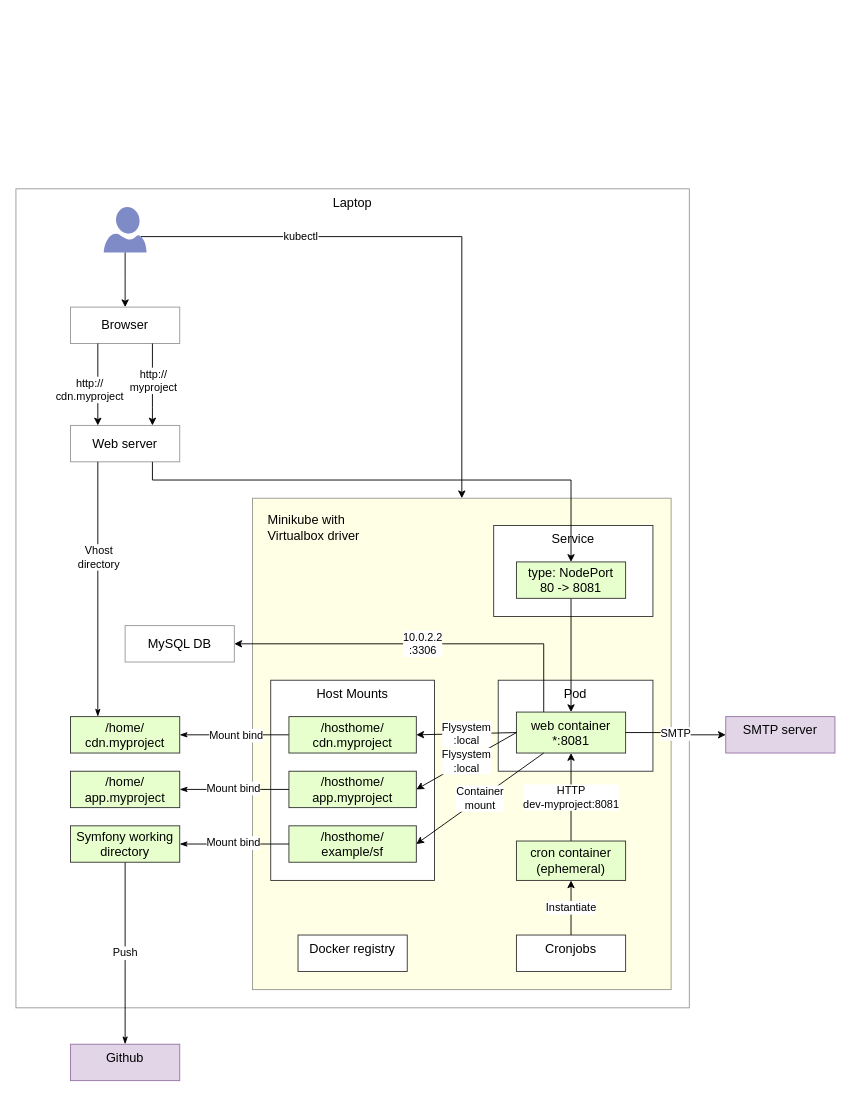
ericjacolin/symfony-gke keeps this draw.io diagram as page "local" (1 of 2) of docs/architecture.drawio. Above is the earlier version. Source tidied: cells renumbered, new cells numbered last; positions are measured from the earlier drawing's top-left corner, leaving out a move shared by most shapes. Both pictures are drawn from the tidied source at 91%, with x=0, y=0 at pixel (15, 188).
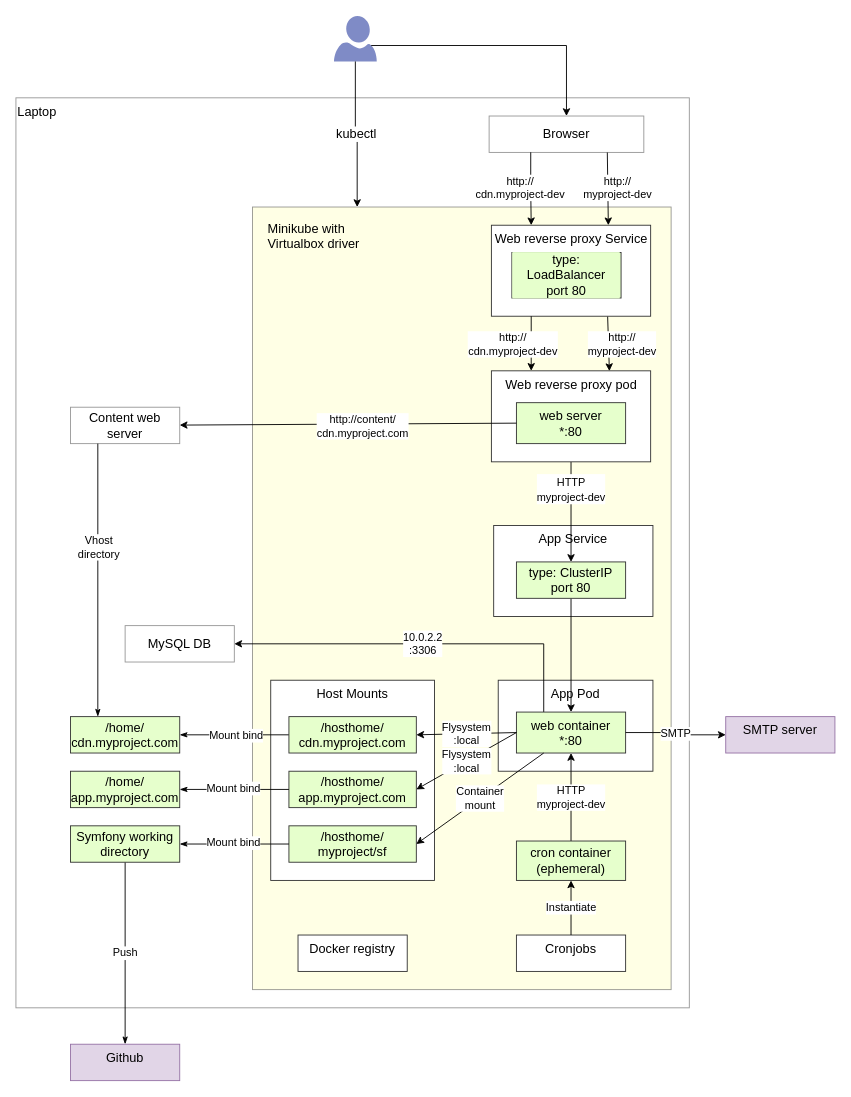
The same page after the edit.

Unchanged cells that the change refers to:
```xml
<mxCell id="16" value="cron container&lt;br&gt;(ephemeral)" style="rounded=0;whiteSpace=wrap;html=1;strokeColor=#333333;strokeWidth=1;fillColor=#E6FFCC;fontSize=14;labelBackgroundColor=#E6FFCC;" parent="1" vertex="1">
  <mxGeometry x="550" y="716.7" width="120" height="43.3" as="geometry" />
</mxCell>
```

The edit, as a diff of the source:
```diff
@@
-    <mxCell id="2" value="Laptop" style="rounded=0;whiteSpace=wrap;html=1;strokeColor=#333333;fillColor=#ffffff;strokeWidth=1;verticalAlign=top;fontSize=14;opacity=50;" parent="1" vertex="1">
-      <mxGeometry width="740" height="900" as="geometry" />
+    <mxCell id="2" value="Laptop" style="rounded=0;whiteSpace=wrap;html=1;strokeColor=#333333;fillColor=#ffffff;strokeWidth=1;verticalAlign=top;fontSize=14;opacity=50;align=left;" parent="1" vertex="1">
+      <mxGeometry y="-100" width="740" height="1000" as="geometry" />
     </mxCell>
     <mxCell id="3" value="Minikube with&lt;br&gt;Virtualbox driver" style="rounded=0;whiteSpace=wrap;html=1;strokeColor=#333333;strokeWidth=1;fillColor=#FFFFCC;fontSize=14;verticalAlign=top;opacity=50;align=left;spacingLeft=15;spacingTop=9;" parent="1" vertex="1">
-      <mxGeometry x="260" y="340" width="460" height="540" as="geometry" />
+      <mxGeometry x="260" y="20" width="460" height="860" as="geometry" />
     </mxCell>
@@
-    <mxCell id="9" value="Service" style="rounded=0;whiteSpace=wrap;html=1;strokeColor=#333333;strokeWidth=1;fillColor=#ffffff;fontSize=14;verticalAlign=top;" parent="1" vertex="1">
+    <mxCell id="9" value="App Service" style="rounded=0;whiteSpace=wrap;html=1;strokeColor=#333333;strokeWidth=1;fillColor=#ffffff;fontSize=14;verticalAlign=top;" parent="1" vertex="1">
       <mxGeometry x="525" y="370" width="175" height="100" as="geometry" />
     </mxCell>
-    <mxCell id="10" value="Pod" style="rounded=0;whiteSpace=wrap;html=1;strokeColor=#333333;strokeWidth=1;fillColor=#ffffff;fontSize=14;verticalAlign=top;" parent="1" vertex="1">
+    <mxCell id="10" value="App Pod" style="rounded=0;whiteSpace=wrap;html=1;strokeColor=#333333;strokeWidth=1;fillColor=#ffffff;fontSize=14;verticalAlign=top;" parent="1" vertex="1">
       <mxGeometry x="530" y="540" width="170" height="100" as="geometry" />
     </mxCell>
@@
-    <mxCell id="13" value="type: NodePort&lt;br&gt;80 -&amp;gt; 8081" style="rounded=0;whiteSpace=wrap;html=1;strokeColor=#333333;strokeWidth=1;fillColor=#E6FFCC;fontSize=14;labelBackgroundColor=#E6FFCC;" parent="1" vertex="1">
+    <mxCell id="13" value="type: ClusterIP&lt;br&gt;port 80" style="rounded=0;whiteSpace=wrap;html=1;strokeColor=#333333;strokeWidth=1;fillColor=#E6FFCC;fontSize=14;labelBackgroundColor=#E6FFCC;" parent="1" vertex="1">
       <mxGeometry x="550" y="410" width="120" height="40" as="geometry" />
     </mxCell>
-    <mxCell id="14" value="web container&lt;br&gt;*:8081" style="rounded=0;whiteSpace=wrap;html=1;strokeColor=#333333;strokeWidth=1;fillColor=#E6FFCC;fontSize=14;labelBackgroundColor=#E6FFCC;" parent="1" vertex="1">
+    <mxCell id="14" value="web container&lt;br&gt;*:80" style="rounded=0;whiteSpace=wrap;html=1;strokeColor=#333333;strokeWidth=1;fillColor=#E6FFCC;fontSize=14;labelBackgroundColor=#E6FFCC;" parent="1" vertex="1">
       <mxGeometry x="550" y="575" width="120" height="45" as="geometry" />
     </mxCell>
-    <mxCell id="15" value="HTTP&lt;br style=&quot;font-size: 12px&quot;&gt;dev-myproject:8081" style="rounded=0;jettySize=auto;html=1;fontSize=12;exitX=0.5;exitY=0;exitDx=0;exitDy=0;" parent="1" edge="1" source="16" target="14">
+    <mxCell id="15" value="HTTP&lt;br style=&quot;font-size: 12px&quot;&gt;myproject-dev" style="rounded=0;jettySize=auto;html=1;fontSize=12;exitX=0.5;exitY=0;exitDx=0;exitDy=0;" parent="1" edge="1" source="16" target="14">
       <mxGeometry relative="1" as="geometry" />
     </mxCell>
@@
-    <mxCell id="17" style="edgeStyle=orthogonalEdgeStyle;rounded=0;jettySize=auto;html=1;exitX=0.75;exitY=1;exitDx=0;exitDy=0;entryX=0.5;entryY=0;entryDx=0;entryDy=0;fontSize=14;" parent="1" edge="1" source="30" target="13">
-      <mxGeometry relative="1" as="geometry">
-        <Array as="points">
-          <mxPoint x="150" y="320" />
-          <mxPoint x="610" y="320" />
-        </Array>
-      </mxGeometry>
+    <mxCell id="17" value="&lt;span style=&quot;color: rgb(0 , 0 , 0) ; font-family: &amp;#34;helvetica&amp;#34; ; font-size: 12px ; font-style: normal ; font-weight: 400 ; letter-spacing: normal ; text-align: center ; text-indent: 0px ; text-transform: none ; word-spacing: 0px ; background-color: rgb(255 , 255 , 255) ; display: inline ; float: none&quot;&gt;HTTP&lt;/span&gt;&lt;br style=&quot;color: rgb(0 , 0 , 0) ; font-family: &amp;#34;helvetica&amp;#34; ; font-size: 12px ; font-style: normal ; font-weight: 400 ; letter-spacing: normal ; text-align: center ; text-indent: 0px ; text-transform: none ; word-spacing: 0px&quot;&gt;&lt;span style=&quot;color: rgb(0 , 0 , 0) ; font-family: &amp;#34;helvetica&amp;#34; ; font-size: 12px ; font-style: normal ; font-weight: 400 ; letter-spacing: normal ; text-align: center ; text-indent: 0px ; text-transform: none ; word-spacing: 0px ; background-color: rgb(255 , 255 , 255) ; display: inline ; float: none&quot;&gt;myproject-dev&lt;/span&gt;" style="edgeStyle=orthogonalEdgeStyle;rounded=0;jettySize=auto;html=1;entryX=0.5;entryY=0;entryDx=0;entryDy=0;fontSize=14;exitX=0.5;exitY=1;exitDx=0;exitDy=0;" parent="1" edge="1" source="52" target="13">
+      <mxGeometry x="-0.45" relative="1" as="geometry" />
     </mxCell>
     <mxCell id="18" value="Browser" style="rounded=0;whiteSpace=wrap;html=1;labelBackgroundColor=#FFFFFF;strokeColor=#333333;strokeWidth=1;fillColor=#FFFFFF;fontSize=14;opacity=50;" parent="1" vertex="1">
-      <mxGeometry x="60" y="130" width="120" height="40" as="geometry" />
+      <mxGeometry x="520" y="-80" width="170" height="40" as="geometry" />
     </mxCell>
@@
-    <mxCell id="22" value="/home/&lt;br&gt;cdn.myproject" style="rounded=0;whiteSpace=wrap;html=1;strokeColor=#333333;strokeWidth=1;fillColor=#E6FFCC;fontSize=14;labelBackgroundColor=#E6FFCC;" parent="1" vertex="1">
+    <mxCell id="22" value="/home/&lt;br&gt;cdn.myproject.com" style="rounded=0;whiteSpace=wrap;html=1;strokeColor=#333333;strokeWidth=1;fillColor=#E6FFCC;fontSize=14;labelBackgroundColor=#E6FFCC;" parent="1" vertex="1">
       <mxGeometry x="60" y="580" width="120" height="40" as="geometry" />
     </mxCell>
-    <mxCell id="23" value="/home/&lt;br&gt;app.myproject" style="rounded=0;whiteSpace=wrap;html=1;strokeColor=#333333;strokeWidth=1;fillColor=#E6FFCC;fontSize=14;labelBackgroundColor=#E6FFCC;" parent="1" vertex="1">
+    <mxCell id="23" value="/home/&lt;br&gt;app.myproject.com" style="rounded=0;whiteSpace=wrap;html=1;strokeColor=#333333;strokeWidth=1;fillColor=#E6FFCC;fontSize=14;labelBackgroundColor=#E6FFCC;" parent="1" vertex="1">
       <mxGeometry x="60" y="640" width="120" height="40" as="geometry" />
     </mxCell>
-    <mxCell id="24" value="/hosthome/&lt;br&gt;app.myproject" style="rounded=0;whiteSpace=wrap;html=1;strokeColor=#333333;strokeWidth=1;fillColor=#E6FFCC;fontSize=14;labelBackgroundColor=#E6FFCC;" parent="1" vertex="1">
+    <mxCell id="24" value="/hosthome/&lt;br&gt;app.myproject.com" style="rounded=0;whiteSpace=wrap;html=1;strokeColor=#333333;strokeWidth=1;fillColor=#E6FFCC;fontSize=14;labelBackgroundColor=#E6FFCC;" parent="1" vertex="1">
       <mxGeometry x="300" y="640" width="140" height="40" as="geometry" />
     </mxCell>
@@
-    <mxCell id="27" value="/hosthome/&lt;br&gt;cdn.myproject" style="rounded=0;whiteSpace=wrap;html=1;strokeColor=#333333;strokeWidth=1;fillColor=#E6FFCC;fontSize=14;labelBackgroundColor=#E6FFCC;" parent="1" vertex="1">
+    <mxCell id="27" value="/hosthome/&lt;br&gt;cdn.myproject.com" style="rounded=0;whiteSpace=wrap;html=1;strokeColor=#333333;strokeWidth=1;fillColor=#E6FFCC;fontSize=14;labelBackgroundColor=#E6FFCC;" parent="1" vertex="1">
       <mxGeometry x="300" y="580" width="140" height="40" as="geometry" />
     </mxCell>
@@
-    <mxCell id="30" value="Web server" style="rounded=0;whiteSpace=wrap;html=1;labelBackgroundColor=#FFFFFF;strokeColor=#333333;strokeWidth=1;fillColor=#FFFFFF;fontSize=14;opacity=50;" parent="1" vertex="1">
-      <mxGeometry x="60" y="260" width="120" height="40" as="geometry" />
+    <mxCell id="30" value="Content web server" style="rounded=0;whiteSpace=wrap;html=1;labelBackgroundColor=#FFFFFF;strokeColor=#333333;strokeWidth=1;fillColor=#FFFFFF;fontSize=14;opacity=50;" parent="1" vertex="1">
+      <mxGeometry x="60" y="240" width="120" height="40" as="geometry" />
     </mxCell>
-    <mxCell id="31" style="edgeStyle=orthogonalEdgeStyle;rounded=0;jettySize=auto;html=1;exitX=0.25;exitY=1;exitDx=0;exitDy=0;fontSize=14;entryX=0.25;entryY=0;entryDx=0;entryDy=0;" parent="1" edge="1" source="18" target="30">
+    <mxCell id="31" style="edgeStyle=orthogonalEdgeStyle;rounded=0;jettySize=auto;html=1;exitX=0.269;exitY=0.996;exitDx=0;exitDy=0;fontSize=14;entryX=0.25;entryY=0;entryDx=0;entryDy=0;exitPerimeter=0;" parent="1" edge="1" source="18" target="54">
       <mxGeometry relative="1" as="geometry" />
     </mxCell>
-    <mxCell id="32" value="http://&lt;br style=&quot;font-size: 12px&quot;&gt;cdn.myproject" style="text;html=1;align=center;verticalAlign=middle;labelBackgroundColor=#ffffff;fontSize=12;" parent="31" vertex="1">
+    <mxCell id="32" value="http://&lt;br style=&quot;font-size: 12px&quot;&gt;cdn.myproject-dev" style="text;html=1;align=center;verticalAlign=middle;labelBackgroundColor=#ffffff;fontSize=12;" parent="31" vertex="1">
       <mxGeometry x="-0.7" relative="1" as="geometry">
-        <mxPoint x="-10" y="36" as="offset" />
+        <mxPoint x="-12.5" y="27" as="offset" />
       </mxGeometry>
     </mxCell>
@@
-    <mxCell id="38" value="/hosthome/&lt;br&gt;example/sf" style="rounded=0;whiteSpace=wrap;html=1;strokeColor=#333333;strokeWidth=1;fillColor=#E6FFCC;fontSize=14;labelBackgroundColor=#E6FFCC;" parent="1" vertex="1">
+    <mxCell id="38" value="/hosthome/&lt;br&gt;myproject/sf" style="rounded=0;whiteSpace=wrap;html=1;strokeColor=#333333;strokeWidth=1;fillColor=#E6FFCC;fontSize=14;labelBackgroundColor=#E6FFCC;" parent="1" vertex="1">
       <mxGeometry x="300" y="700" width="140" height="40" as="geometry" />
     </mxCell>
@@
     <mxCell id="44" style="shadow=0;dashed=0;html=1;strokeColor=none;labelPosition=center;verticalLabelPosition=bottom;verticalAlign=top;align=center;fillColor=#00188D;shape=mxgraph.azure.user;fontSize=12;opacity=50;" parent="1" vertex="1">
-      <mxGeometry x="96.5" y="20" width="47" height="50" as="geometry" />
+      <mxGeometry x="349.5" y="-190" width="47" height="50" as="geometry" />
     </mxCell>
-    <mxCell id="45" style="edgeStyle=orthogonalEdgeStyle;rounded=0;jettySize=auto;html=1;fontSize=14;exitX=0.5;exitY=1;exitDx=0;exitDy=0;exitPerimeter=0;" parent="1" edge="1" source="44">
-      <mxGeometry relative="1" as="geometry">
-        <mxPoint x="120" y="130" as="targetPoint" />
-      </mxGeometry>
+    <mxCell id="45" value="kubectl" style="edgeStyle=orthogonalEdgeStyle;rounded=0;jettySize=auto;html=1;fontSize=14;exitX=0.5;exitY=1;exitDx=0;exitDy=0;exitPerimeter=0;entryX=0.25;entryY=0;entryDx=0;entryDy=0;" parent="1" edge="1" source="44" target="3">
+      <mxGeometry relative="1" as="geometry" />
     </mxCell>
@@
-    <mxCell id="48" style="edgeStyle=orthogonalEdgeStyle;rounded=0;jettySize=auto;html=1;exitX=0.75;exitY=1;exitDx=0;exitDy=0;fontSize=14;entryX=0.75;entryY=0;entryDx=0;entryDy=0;" parent="1" edge="1" source="18" target="30">
+    <mxCell id="48" style="rounded=0;jettySize=auto;html=1;fontSize=14;exitX=0.764;exitY=1.002;exitDx=0;exitDy=0;exitPerimeter=0;" parent="1" edge="1" source="18">
       <mxGeometry relative="1" as="geometry">
-        <Array as="points">
-          <mxPoint x="150" y="240" />
-          <mxPoint x="150" y="240" />
-        </Array>
+        <mxPoint x="651" y="40" as="targetPoint" />
       </mxGeometry>
     </mxCell>
-    <mxCell id="49" value="http://&lt;br style=&quot;font-size: 12px&quot;&gt;myproject" style="text;html=1;align=center;verticalAlign=middle;labelBackgroundColor=#ffffff;fontSize=12;" parent="48" vertex="1">
+    <mxCell id="49" value="http://&lt;br style=&quot;font-size: 12px&quot;&gt;myproject-dev" style="text;html=1;align=center;verticalAlign=middle;labelBackgroundColor=#ffffff;fontSize=12;" parent="48" vertex="1">
       <mxGeometry x="-0.7" relative="1" as="geometry">
-        <mxPoint y="26" as="offset" />
+        <mxPoint x="10.6" y="26" as="offset" />
       </mxGeometry>
     </mxCell>
-    <mxCell id="50" value="kubectl" style="edgeStyle=orthogonalEdgeStyle;rounded=0;jettySize=auto;html=1;fontSize=12;entryX=0.5;entryY=0;entryDx=0;entryDy=0;exitX=0.87;exitY=0.65;exitDx=0;exitDy=0;exitPerimeter=0;" parent="1" edge="1" source="44" target="3">
-      <mxGeometry x="-0.45" relative="1" as="geometry">
-        <Array as="points">
-          <mxPoint x="490" y="53" />
-        </Array>
-      </mxGeometry>
+    <mxCell id="50" style="edgeStyle=orthogonalEdgeStyle;rounded=0;jettySize=auto;html=1;fontSize=12;entryX=0.5;entryY=0;entryDx=0;entryDy=0;exitX=0.87;exitY=0.65;exitDx=0;exitDy=0;exitPerimeter=0;" parent="1" edge="1" source="44" target="18">
+      <mxGeometry x="-0.45" relative="1" as="geometry" />
     </mxCell>
@@
+    <mxCell id="52" value="Web reverse proxy pod" style="rounded=0;whiteSpace=wrap;html=1;strokeColor=#333333;strokeWidth=1;fillColor=#ffffff;fontSize=14;verticalAlign=top;" parent="1" vertex="1">
+      <mxGeometry x="522.5" y="200" width="175" height="100" as="geometry" />
+    </mxCell>
+    <mxCell id="53" value="web server&lt;br&gt;*:80" style="rounded=0;whiteSpace=wrap;html=1;strokeColor=#333333;strokeWidth=1;fillColor=#E6FFCC;fontSize=14;labelBackgroundColor=#E6FFCC;" parent="1" vertex="1">
+      <mxGeometry x="550" y="235" width="120" height="45" as="geometry" />
+    </mxCell>
+    <mxCell id="54" value="Web reverse proxy Service" style="rounded=0;whiteSpace=wrap;html=1;strokeColor=#333333;strokeWidth=1;fillColor=#ffffff;fontSize=14;verticalAlign=top;" parent="1" vertex="1">
+      <mxGeometry x="522.5" y="40" width="175" height="100" as="geometry" />
+    </mxCell>
+    <mxCell id="55" value="type: LoadBalancer&lt;br&gt;port 80" style="rounded=0;whiteSpace=wrap;html=1;strokeColor=#333333;strokeWidth=1;fillColor=#E6FFCC;fontSize=14;labelBackgroundColor=#E6FFCC;" parent="1" vertex="1">
+      <mxGeometry x="545" y="70" width="120" height="50" as="geometry" />
+    </mxCell>
+    <mxCell id="56" style="rounded=0;jettySize=auto;html=1;exitX=0.73;exitY=1.005;exitDx=0;exitDy=0;fontSize=14;noJump=0;snapToPoint=0;exitPerimeter=0;entryX=0.741;entryY=0.003;entryDx=0;entryDy=0;entryPerimeter=0;" parent="1" edge="1" source="54" target="52">
+      <mxGeometry relative="1" as="geometry" />
+    </mxCell>
+    <mxCell id="57" value="http://&lt;br style=&quot;font-size: 12px&quot;&gt;myproject-dev" style="text;html=1;align=center;verticalAlign=middle;labelBackgroundColor=#ffffff;fontSize=12;" parent="56" vertex="1">
+      <mxGeometry x="-0.7" relative="1" as="geometry">
+        <mxPoint x="14.6" y="20.9" as="offset" />
+      </mxGeometry>
+    </mxCell>
+    <mxCell id="58" style="rounded=0;jettySize=auto;html=1;fontSize=14;exitX=0.25;exitY=1;exitDx=0;exitDy=0;entryX=0.25;entryY=0;entryDx=0;entryDy=0;" parent="1" edge="1" source="54" target="52">
+      <mxGeometry relative="1" as="geometry" />
+    </mxCell>
+    <mxCell id="59" value="http://&lt;br style=&quot;font-size: 12px&quot;&gt;cdn.myproject-dev" style="text;html=1;align=center;verticalAlign=middle;labelBackgroundColor=#ffffff;fontSize=12;" parent="58" vertex="1">
+      <mxGeometry x="-0.7" relative="1" as="geometry">
+        <mxPoint x="-21.2" y="21" as="offset" />
+      </mxGeometry>
+    </mxCell>
+    <mxCell id="60" style="rounded=0;jettySize=auto;html=1;fontSize=14;exitX=0;exitY=0.5;exitDx=0;exitDy=0;" parent="1" edge="1" source="53" target="30">
+      <mxGeometry relative="1" as="geometry" />
+    </mxCell>
+    <mxCell id="61" value="http://content/&lt;br style=&quot;font-size: 12px&quot;&gt;cdn.myproject.com" style="text;html=1;align=center;verticalAlign=middle;labelBackgroundColor=#ffffff;fontSize=12;" parent="60" vertex="1">
+      <mxGeometry x="-0.7" relative="1" as="geometry">
+        <mxPoint x="-114" y="2.2" as="offset" />
+      </mxGeometry>
+    </mxCell>
```
